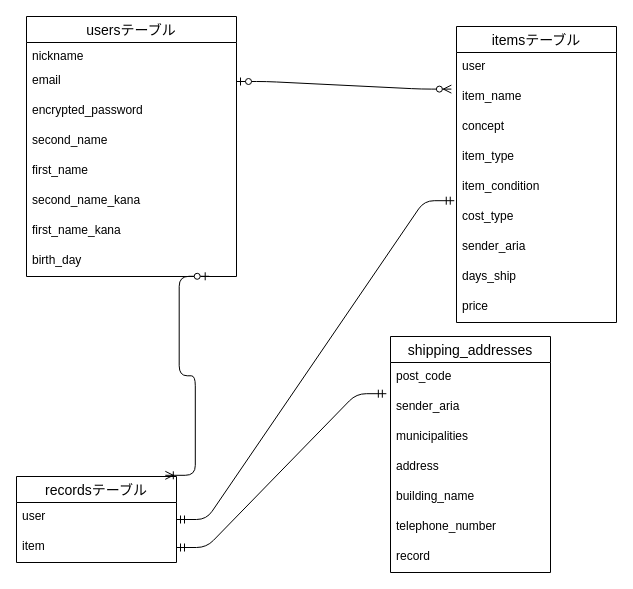
Before: E R.dio in kenzaki777/furima-39161, a draw.io diagram. Source tidied: cells renumbered, new cells numbered last; positions are measured from the earlier drawing's top-left corner, leaving out a move shared by most shapes. Both pictures are drawn from the tidied source at 100%, with x=0, y=0 at pixel (16, 16).
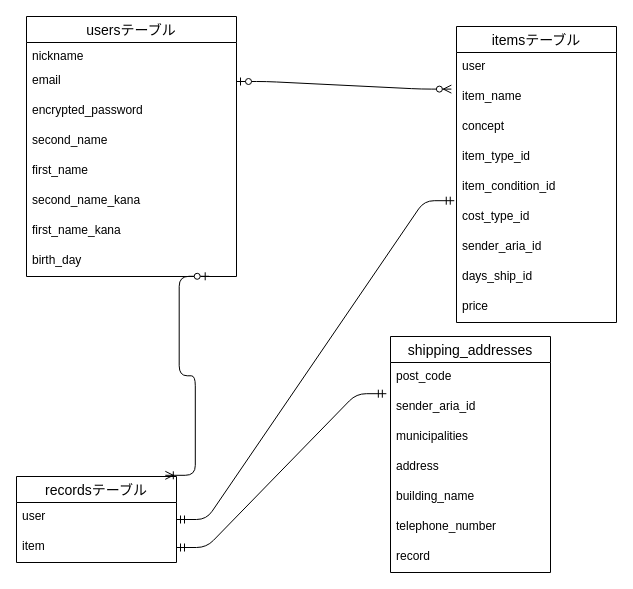
Above is the later version.

The change refers to these unchanged cells:
```xml
<mxCell id="11" value="itemsテーブル" style="swimlane;fontStyle=0;horizontal=1;startSize=26;align=center;fontSize=14;" parent="1" vertex="1">
  <mxGeometry x="440" y="10" width="160" height="296" as="geometry" />
</mxCell>
<mxCell id="25" value="shipping_addresses" style="swimlane;fontStyle=0;horizontal=1;startSize=26;align=center;fontSize=14;" parent="1" vertex="1">
  <mxGeometry x="374" y="320" width="160" height="236" as="geometry" />
</mxCell>
```

Change to the diagram source:
```diff
@@
-    <mxCell id="15" value="item_type" style="text;strokeColor=none;fillColor=none;spacingLeft=4;spacingRight=4;overflow=hidden;fontSize=12;" parent="11" vertex="1">
+    <mxCell id="15" value="item_type_id" style="text;strokeColor=none;fillColor=none;spacingLeft=4;spacingRight=4;overflow=hidden;fontSize=12;" parent="11" vertex="1">
       <mxGeometry y="116" width="160" height="30" as="geometry" />
     </mxCell>
-    <mxCell id="16" value="item_condition" style="text;strokeColor=none;fillColor=none;spacingLeft=4;spacingRight=4;overflow=hidden;fontSize=12;" parent="11" vertex="1">
+    <mxCell id="16" value="item_condition_id" style="text;strokeColor=none;fillColor=none;spacingLeft=4;spacingRight=4;overflow=hidden;fontSize=12;" parent="11" vertex="1">
       <mxGeometry y="146" width="160" height="30" as="geometry" />
     </mxCell>
-    <mxCell id="17" value="cost_type" style="text;strokeColor=none;fillColor=none;spacingLeft=4;spacingRight=4;overflow=hidden;points=[[0,0.5],[1,0.5]];portConstraint=eastwest;fontSize=12;" parent="11" vertex="1">
+    <mxCell id="17" value="cost_type_id" style="text;strokeColor=none;fillColor=none;spacingLeft=4;spacingRight=4;overflow=hidden;points=[[0,0.5],[1,0.5]];portConstraint=eastwest;fontSize=12;" parent="11" vertex="1">
       <mxGeometry y="176" width="160" height="30" as="geometry" />
     </mxCell>
-    <mxCell id="18" value="sender_aria" style="text;strokeColor=none;fillColor=none;spacingLeft=4;spacingRight=4;overflow=hidden;fontSize=12;" parent="11" vertex="1">
+    <mxCell id="18" value="sender_aria_id" style="text;strokeColor=none;fillColor=none;spacingLeft=4;spacingRight=4;overflow=hidden;fontSize=12;" parent="11" vertex="1">
       <mxGeometry y="206" width="160" height="30" as="geometry" />
     </mxCell>
-    <mxCell id="19" value="days_ship" style="text;strokeColor=none;fillColor=none;spacingLeft=4;spacingRight=4;overflow=hidden;fontSize=12;" parent="11" vertex="1">
+    <mxCell id="19" value="days_ship_id" style="text;strokeColor=none;fillColor=none;spacingLeft=4;spacingRight=4;overflow=hidden;fontSize=12;" parent="11" vertex="1">
       <mxGeometry y="236" width="160" height="30" as="geometry" />
     </mxCell>
@@
-    <mxCell id="27" value="sender_aria" style="text;strokeColor=none;fillColor=none;spacingLeft=4;spacingRight=4;overflow=hidden;points=[[0,0.5],[1,0.5]];portConstraint=eastwest;fontSize=12;" parent="25" vertex="1">
+    <mxCell id="27" value="sender_aria_id " style="text;strokeColor=none;fillColor=none;spacingLeft=4;spacingRight=4;overflow=hidden;points=[[0,0.5],[1,0.5]];portConstraint=eastwest;fontSize=12;" parent="25" vertex="1">
       <mxGeometry y="56" width="160" height="30" as="geometry" />
     </mxCell>
```
